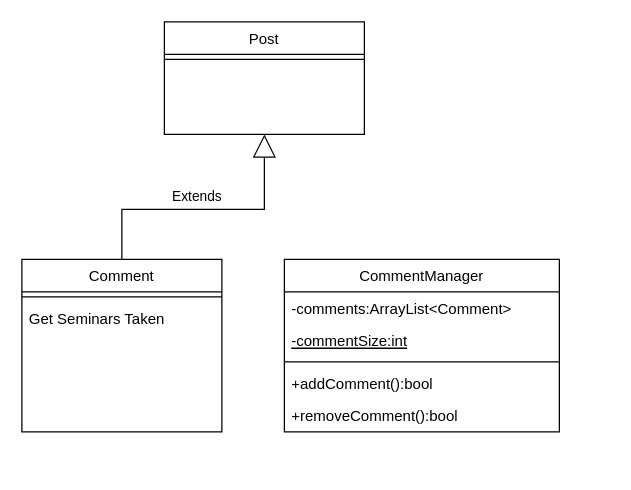
This is ComantarioUML.drawio from oiminion/TrabalhoPOO2, a draw.io file, before an edit. Source tidied: cells renumbered, new cells numbered last; positions are measured from the earlier drawing's top-left corner, leaving out a move shared by most shapes. Both pictures are drawn from the tidied source at 125%, with x=0, y=0 at pixel (21, 21).
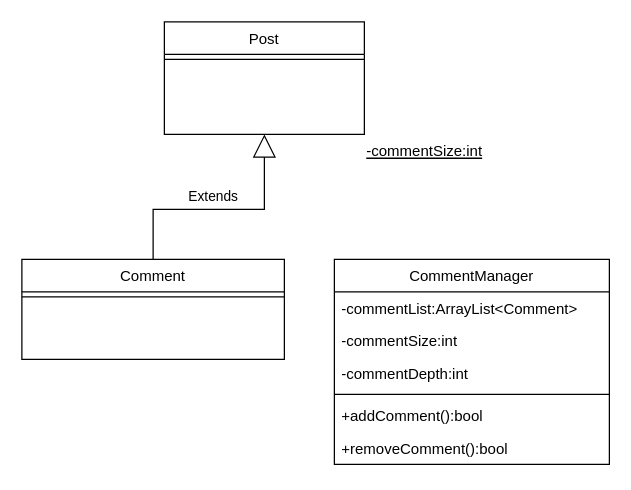
Above is the later version.

The edit, as a diff of the source:
```diff
@@
 <mxGraphModel>
   <root>
     <mxCell id="0" />
     <mxCell id="1" parent="0" />
     <mxCell id="2" value="Comment" style="swimlane;fontStyle=0;align=center;verticalAlign=top;horizontal=1;startSize=26;rounded=0;shadow=0;strokeWidth=1;" parent="1" vertex="1">
-      <mxGeometry y="190" width="160" height="138" as="geometry" />
+      <mxGeometry y="190" width="210" height="80" as="geometry" />
     </mxCell>
     <mxCell id="3" style="line;html=1;strokeWidth=1;align=left;verticalAlign=middle;spacingTop=-1;spacingLeft=3;spacingRight=3;labelPosition=right;" parent="2" vertex="1">
-      <mxGeometry y="26" width="160" height="8" as="geometry" />
+      <mxGeometry y="26" width="210" height="8" as="geometry" />
     </mxCell>
-    <mxCell id="4" value="Get Seminars Taken" style="text;align=left;verticalAlign=top;spacingLeft=4;spacingRight=4;overflow=hidden;" parent="2" vertex="1">
-      <mxGeometry y="34" width="160" height="26" as="geometry" />
-    </mxCell>
     <mxCell id="5" value="CommentManager" style="swimlane;fontStyle=0;align=center;verticalAlign=top;horizontal=1;startSize=26;rounded=0;shadow=0;strokeWidth=1;" parent="1" vertex="1">
-      <mxGeometry x="210" y="190" width="220" height="138" as="geometry" />
+      <mxGeometry x="250" y="190" width="220" height="164" as="geometry" />
     </mxCell>
-    <mxCell id="6" value="-comments:ArrayList&lt;Comment&gt;" style="text;align=left;verticalAlign=top;spacingLeft=4;spacingRight=4;overflow=hidden;" parent="5" vertex="1">
-      <mxGeometry y="26" width="220" height="26" as="geometry" />
-    </mxCell>
-    <mxCell id="7" value="-commentSize:int" style="text;align=left;verticalAlign=top;spacingLeft=4;spacingRight=4;overflow=hidden;fontStyle=4;" parent="5" vertex="1">
-      <mxGeometry y="52" width="220" height="26" as="geometry" />
-    </mxCell>
+    <mxCell id="14" value="-commentList:ArrayList&lt;Comment&gt;" style="text;align=left;verticalAlign=top;spacingLeft=4;spacingRight=4;overflow=hidden;" parent="5" vertex="1">
+      <mxGeometry y="26" width="220" height="26" as="geometry" />
+    </mxCell>
+    <mxCell id="15" value="-commentSize:int" style="text;align=left;verticalAlign=top;spacingLeft=4;spacingRight=4;overflow=hidden;" parent="5" vertex="1">
+      <mxGeometry y="52" width="220" height="26" as="geometry" />
+    </mxCell>
+    <mxCell id="16" value="-commentDepth:int" style="text;align=left;verticalAlign=top;spacingLeft=4;spacingRight=4;overflow=hidden;" parent="5" vertex="1">
+      <mxGeometry y="78" width="220" height="26" as="geometry" />
+    </mxCell>
     <mxCell id="8" style="line;html=1;strokeWidth=1;align=left;verticalAlign=middle;spacingTop=-1;spacingLeft=3;spacingRight=3;labelPosition=right;" parent="5" vertex="1">
-      <mxGeometry y="78" width="220" height="8" as="geometry" />
+      <mxGeometry y="104" width="220" height="8" as="geometry" />
     </mxCell>
     <mxCell id="9" value="+addComment():bool" style="text;align=left;verticalAlign=top;spacingLeft=4;spacingRight=4;overflow=hidden;" parent="5" vertex="1">
-      <mxGeometry y="86" width="220" height="26" as="geometry" />
+      <mxGeometry y="112" width="220" height="26" as="geometry" />
     </mxCell>
     <mxCell id="10" value="+removeComment():bool" style="text;align=left;verticalAlign=top;spacingLeft=4;spacingRight=4;overflow=hidden;" parent="5" vertex="1">
-      <mxGeometry y="112" width="220" height="26" as="geometry" />
+      <mxGeometry y="138" width="220" height="26" as="geometry" />
     </mxCell>
     <mxCell id="11" value="Post&#10;" style="swimlane;fontStyle=0;align=center;verticalAlign=top;horizontal=1;startSize=26;rounded=0;shadow=0;strokeWidth=1;" parent="1" vertex="1">
       <mxGeometry x="114" width="160" height="90" as="geometry" />
     </mxCell>
     <mxCell id="12" style="line;html=1;strokeWidth=1;align=left;verticalAlign=middle;spacingTop=-1;spacingLeft=3;spacingRight=3;labelPosition=right;" parent="11" vertex="1">
       <mxGeometry y="26" width="160" height="8" as="geometry" />
     </mxCell>
     <mxCell id="13" value="Extends" style="endArrow=block;endSize=16;endFill=0;html=1;rounded=0;exitX=0.5;exitY=0;exitDx=0;exitDy=0;entryX=0.5;entryY=1;entryDx=0;entryDy=0;" parent="1" edge="1" source="2" target="11">
       <mxGeometry x="-0.07" y="10" relative="1" as="geometry">
         <Array as="points">
-          <mxPoint x="80" y="150" />
+          <mxPoint x="105" y="150" />
           <mxPoint x="194" y="150" />
         </Array>
       </mxGeometry>
     </mxCell>
+    <mxCell id="7" value="-commentSize:int" style="text;align=left;verticalAlign=top;spacingLeft=4;spacingRight=4;overflow=hidden;fontStyle=4;" parent="1" vertex="1">
+      <mxGeometry x="270" y="90" width="160" height="26" as="geometry" />
+    </mxCell>
   </root>
 </mxGraphModel>
```
